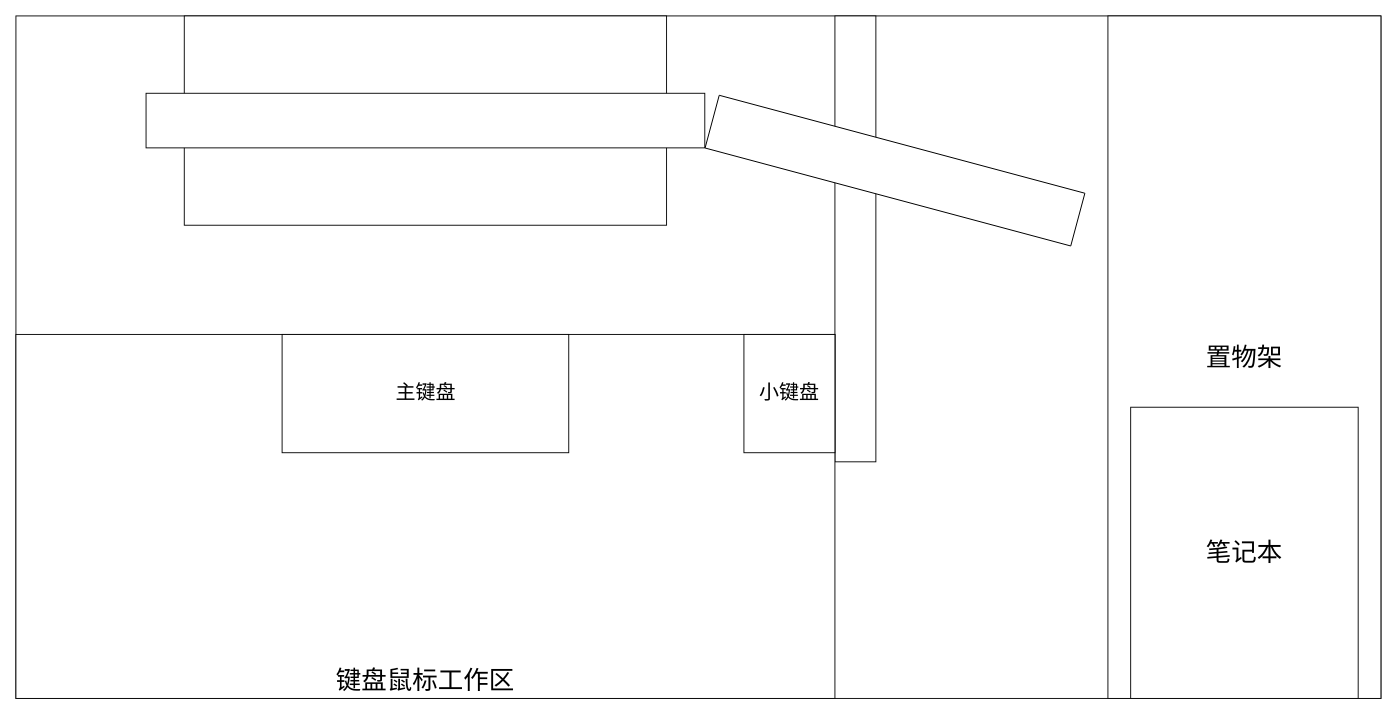
Earlier version of the draw.io diagram 桌面.drawio (RekiDunois/ImagineThings). Source tidied: cells renumbered, new cells numbered last; positions are measured from the earlier drawing's top-left corner, leaving out a move shared by most shapes. Both pictures are drawn from the tidied source at 91%, with x=0, y=0 at pixel (15, 15).
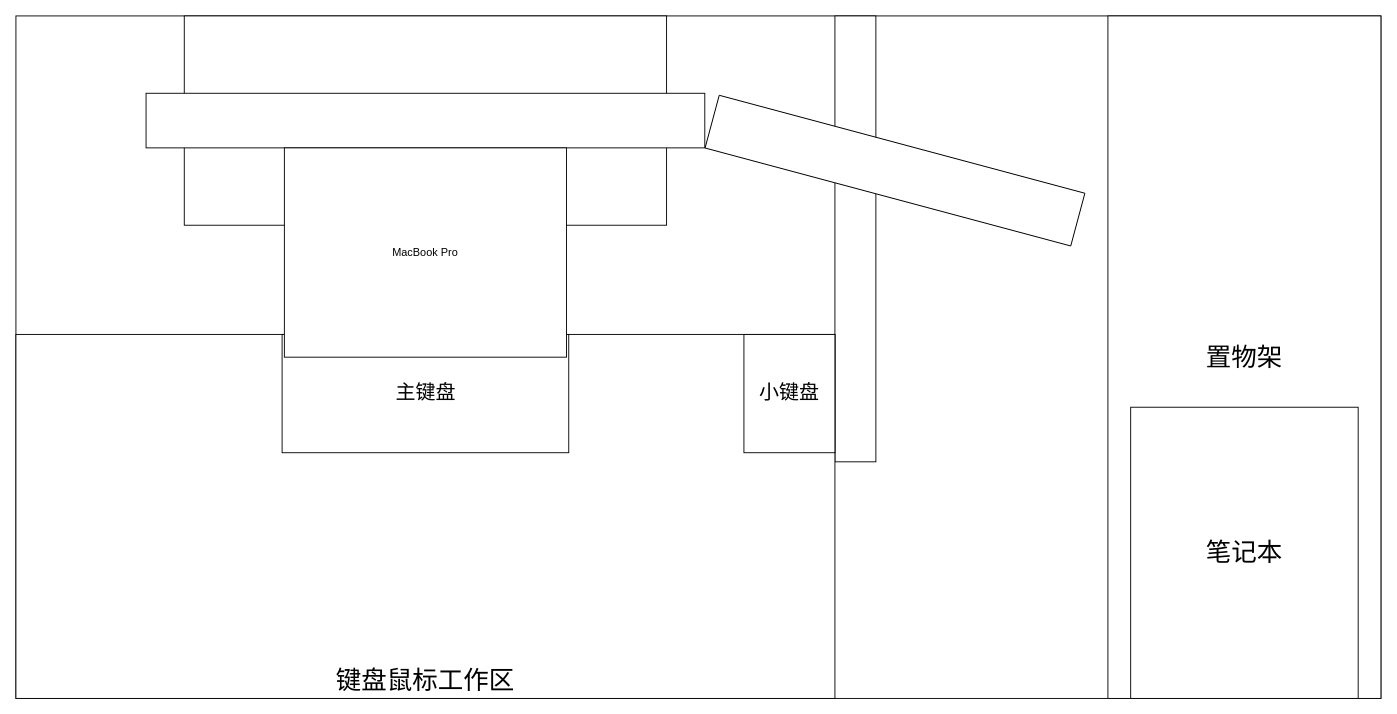
After the change.

Diff of the diagram source:
```diff
@@
 <mxGraphModel>
   <root>
     <mxCell id="0" />
     <mxCell id="1" parent="0" />
     <mxCell id="2" style="rounded=0;whiteSpace=wrap;html=1;" parent="1" vertex="1">
       <mxGeometry width="1500" height="750" as="geometry" />
     </mxCell>
     <mxCell id="3" style="rounded=0;whiteSpace=wrap;html=1;" parent="1" vertex="1">
       <mxGeometry x="900" width="45" height="490" as="geometry" />
     </mxCell>
     <mxCell id="4" style="rounded=0;whiteSpace=wrap;html=1;" parent="1" vertex="1">
       <mxGeometry x="185" width="530" height="230" as="geometry" />
     </mxCell>
     <mxCell id="5" style="rounded=0;whiteSpace=wrap;html=1;" parent="1" vertex="1">
       <mxGeometry x="143" y="85" width="614" height="60" as="geometry" />
     </mxCell>
     <mxCell id="6" value="键盘鼠标工作区" style="rounded=0;whiteSpace=wrap;html=1;fontSize=28;verticalAlign=bottom;" parent="1" vertex="1">
       <mxGeometry y="350" width="900" height="400" as="geometry" />
     </mxCell>
     <mxCell id="7" style="rounded=0;whiteSpace=wrap;html=1;rotation=15;" parent="1" vertex="1">
       <mxGeometry x="758" y="140" width="416" height="60" as="geometry" />
     </mxCell>
     <mxCell id="8" value="置物架" style="rounded=0;whiteSpace=wrap;html=1;fontSize=28;" parent="1" vertex="1">
       <mxGeometry x="1200" width="300" height="750" as="geometry" />
     </mxCell>
     <mxCell id="9" value="笔记本" style="rounded=0;whiteSpace=wrap;html=1;fontSize=28;" parent="1" vertex="1">
       <mxGeometry x="1225" y="430" width="250" height="320" as="geometry" />
     </mxCell>
     <mxCell id="10" value="主键盘" style="rounded=0;whiteSpace=wrap;html=1;verticalAlign=middle;fontSize=22;" parent="1" vertex="1">
       <mxGeometry x="292.5" y="350" width="315" height="130" as="geometry" />
     </mxCell>
     <mxCell id="11" value="小键盘" style="rounded=0;whiteSpace=wrap;html=1;verticalAlign=middle;fontSize=22;" parent="1" vertex="1">
       <mxGeometry x="800" y="350" width="100" height="130" as="geometry" />
     </mxCell>
+    <mxCell id="12" value="MacBook Pro" style="rounded=0;whiteSpace=wrap;html=1;" parent="1" vertex="1">
+      <mxGeometry x="295" y="145" width="310" height="230" as="geometry" />
+    </mxCell>
   </root>
 </mxGraphModel>
```
